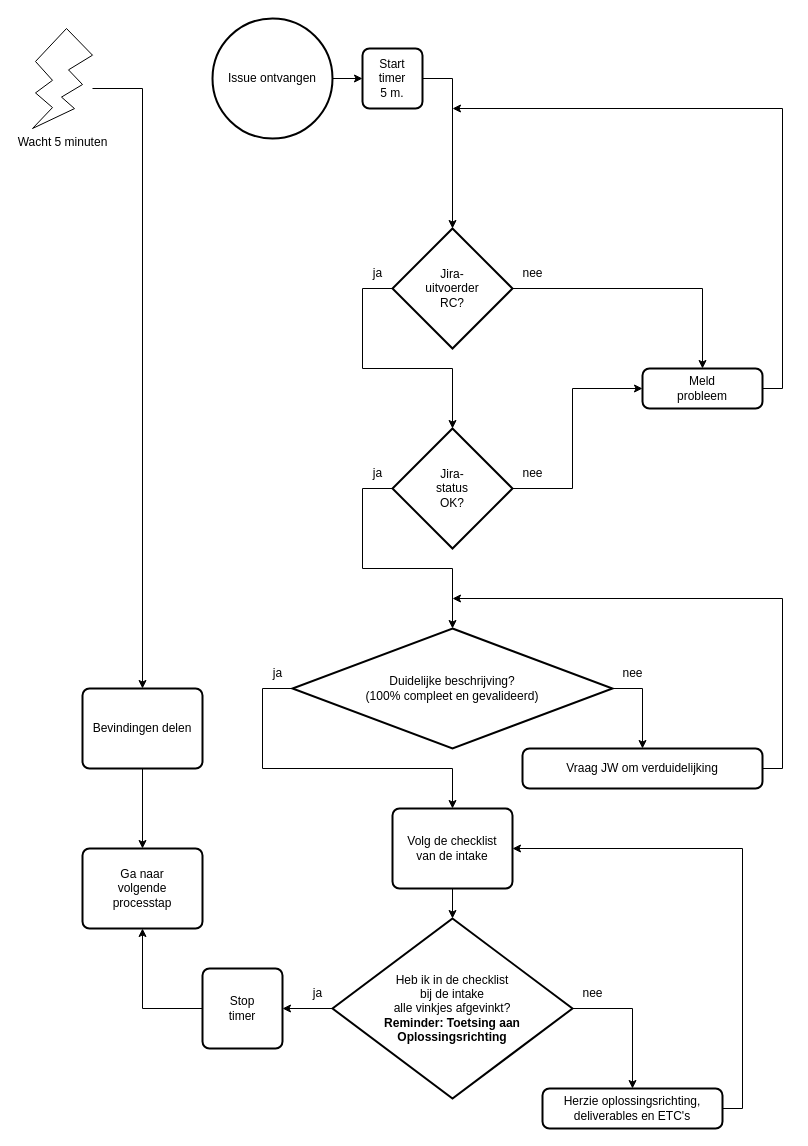
This is 1 Issue Tracker intake.drawio from Zaibatsu89/IssueTracker, a draw.io file, before an edit. Source tidied: cells renumbered, new cells numbered last; positions are measured from the earlier drawing's top-left corner, leaving out a move shared by most shapes. Both pictures are drawn from the tidied source at 100%, with x=0, y=0 at pixel (32, 18).
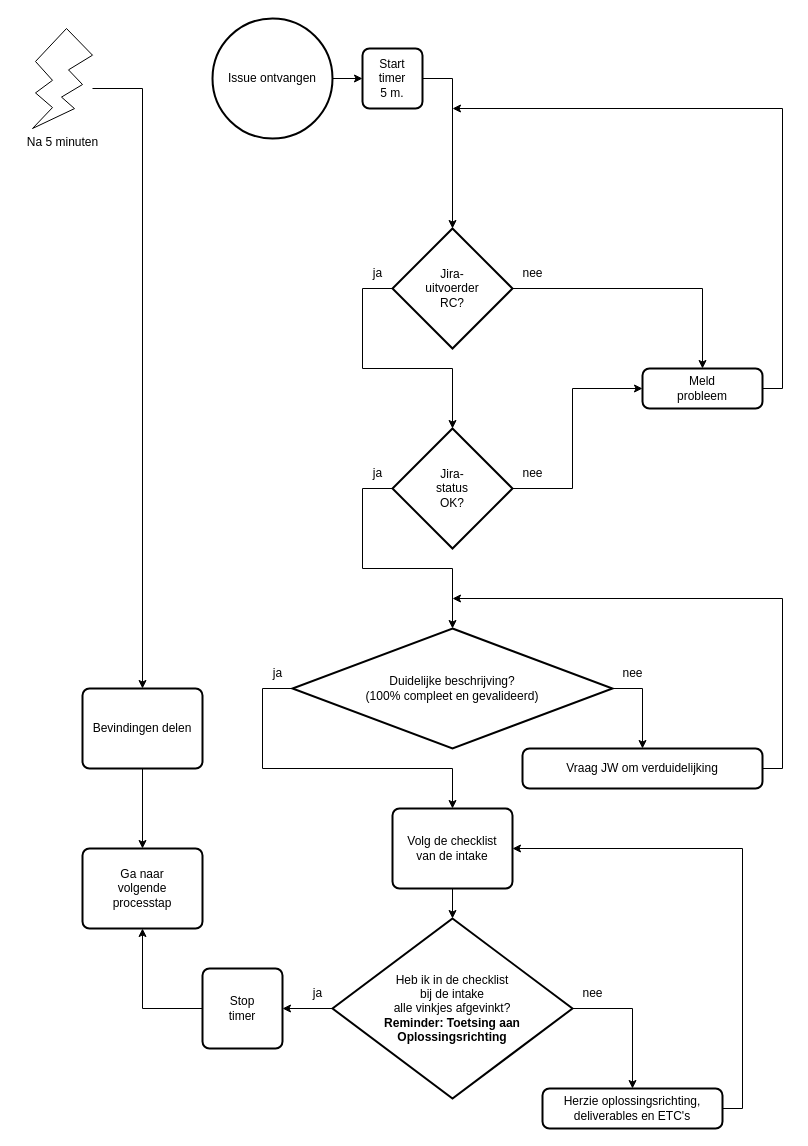
The same diagram, later.

Commit message (it also covers changes not shown here):
Vervang "Wacht" door "Na" in flowcharts

Change to the diagram source:
```diff
@@
-    <mxCell id="13" value="Wacht 5 minuten" style="verticalLabelPosition=bottom;verticalAlign=top;html=1;shape=mxgraph.basic.flash;" parent="1" vertex="1">
+    <mxCell id="13" value="Na 5 minuten" style="verticalLabelPosition=bottom;verticalAlign=top;html=1;shape=mxgraph.basic.flash;" parent="1" vertex="1">
       <mxGeometry y="10" width="60" height="100" as="geometry" />
     </mxCell>
```
